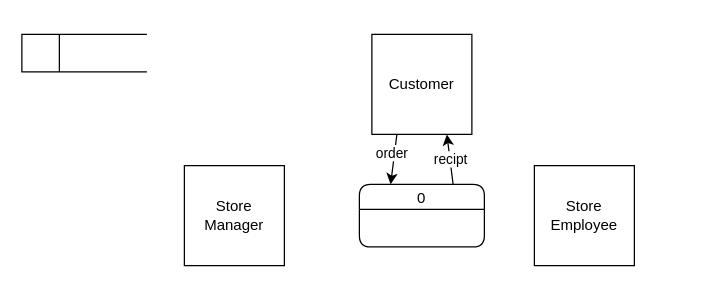
Above: SENG 321/Data.drawio in amirabdullahi1/gold (draw.io), before the change. Source tidied: cells renumbered, new cells numbered last; positions are measured from the earlier drawing's top-left corner, leaving out a move shared by most shapes. Both pictures are drawn from the tidied source at 125%, with x=0, y=0 at pixel (21, 34).
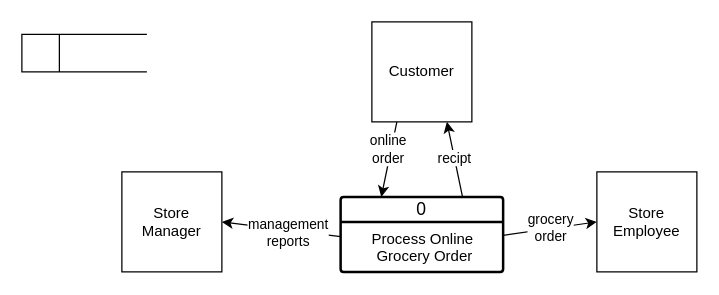
Above is the later version.

Change to the diagram source:
```diff
@@
 <mxGraphModel>
   <root>
     <mxCell id="0" />
     <mxCell id="1" parent="0" />
     <mxCell id="2" style="html=1;dashed=0;whiteSpace=wrap;shape=mxgraph.dfd.dataStoreID;align=left;spacingLeft=3;" parent="1" vertex="1">
       <mxGeometry width="100" height="30" as="geometry" />
     </mxCell>
     <mxCell id="3" style="rounded=0;jettySize=auto;html=1;entryX=0.75;entryY=1;entryDx=0;entryDy=0;exitX=0.75;exitY=0;exitDx=0;exitDy=0;" parent="1" edge="1" source="5" target="8">
       <mxGeometry relative="1" as="geometry" />
     </mxCell>
     <mxCell id="4" value="recipt" style="edgeLabel;html=1;align=center;verticalAlign=middle;" parent="3" vertex="1">
       <mxGeometry x="0.06" relative="1" as="geometry" />
     </mxCell>
-    <mxCell id="5" value="0" style="swimlane;fontStyle=0;horizontal=1;startSize=20;fillColor=#ffffff;swimlaneFillColor=#ffffff;rounded=1;" parent="1" vertex="1">
-      <mxGeometry x="270" y="120" width="100" height="50" as="geometry" />
-    </mxCell>
     <mxCell id="6" style="rounded=0;jettySize=auto;html=1;exitX=0.25;exitY=1;exitDx=0;exitDy=0;entryX=0.25;entryY=0;entryDx=0;entryDy=0;" parent="1" edge="1" source="8" target="5">
       <mxGeometry relative="1" as="geometry" />
     </mxCell>
-    <mxCell id="7" value="order" style="edgeLabel;html=1;align=center;verticalAlign=middle;" parent="6" vertex="1">
+    <mxCell id="7" value="online&lt;div&gt;order&lt;/div&gt;" style="edgeLabel;html=1;align=center;verticalAlign=middle;" parent="6" vertex="1">
       <mxGeometry x="-0.24" y="-3" relative="1" as="geometry" />
     </mxCell>
     <mxCell id="8" value="Customer" style="whiteSpace=wrap;html=1;" parent="1" vertex="1">
-      <mxGeometry x="280" width="80" height="80" as="geometry" />
+      <mxGeometry x="280" y="-10" width="80" height="80" as="geometry" />
     </mxCell>
     <mxCell id="9" value="Store Employee" style="whiteSpace=wrap;html=1;" parent="1" vertex="1">
-      <mxGeometry x="410" y="105" width="80" height="80" as="geometry" />
+      <mxGeometry x="460" y="110" width="80" height="80" as="geometry" />
     </mxCell>
     <mxCell id="10" value="Store Manager" style="whiteSpace=wrap;html=1;" parent="1" vertex="1">
-      <mxGeometry x="130" y="105" width="80" height="80" as="geometry" />
+      <mxGeometry x="80" y="110" width="80" height="80" as="geometry" />
     </mxCell>
+    <mxCell id="5" value="0" style="swimlane;horizontal=1;startSize=20;rounded=1;fontSize=14;fontStyle=0;strokeWidth=2;shadow=0;dashed=0;align=center;arcSize=4;whiteSpace=wrap;html=1;" parent="1" vertex="1">
+      <mxGeometry x="255" y="130" width="130" height="60" as="geometry" />
+    </mxCell>
+    <mxCell id="11" value="Process Online&amp;nbsp;&lt;div&gt;Grocery Order&lt;/div&gt;" style="align=center;strokeColor=none;fillColor=none;spacingLeft=4;fontSize=12;verticalAlign=top;html=1;" parent="5" vertex="1">
+      <mxGeometry y="20" width="130" height="40" as="geometry" />
+    </mxCell>
+    <mxCell id="12" value="grocery&lt;div&gt;order&lt;/div&gt;" style="rounded=0;jettySize=auto;html=1;entryX=0;entryY=0.5;entryDx=0;entryDy=0;" parent="1" edge="1" source="11" target="9">
+      <mxGeometry relative="1" as="geometry" />
+    </mxCell>
+    <mxCell id="13" style="rounded=0;jettySize=auto;html=1;entryX=1;entryY=0.5;entryDx=0;entryDy=0;" parent="1" edge="1" source="11" target="10">
+      <mxGeometry relative="1" as="geometry" />
+    </mxCell>
+    <mxCell id="14" value="management&lt;div&gt;reports&lt;/div&gt;" style="edgeLabel;html=1;align=center;verticalAlign=middle;" parent="13" vertex="1">
+      <mxGeometry x="-0.25" y="1" relative="1" as="geometry">
+        <mxPoint x="-7" as="offset" />
+      </mxGeometry>
+    </mxCell>
   </root>
 </mxGraphModel>
```
